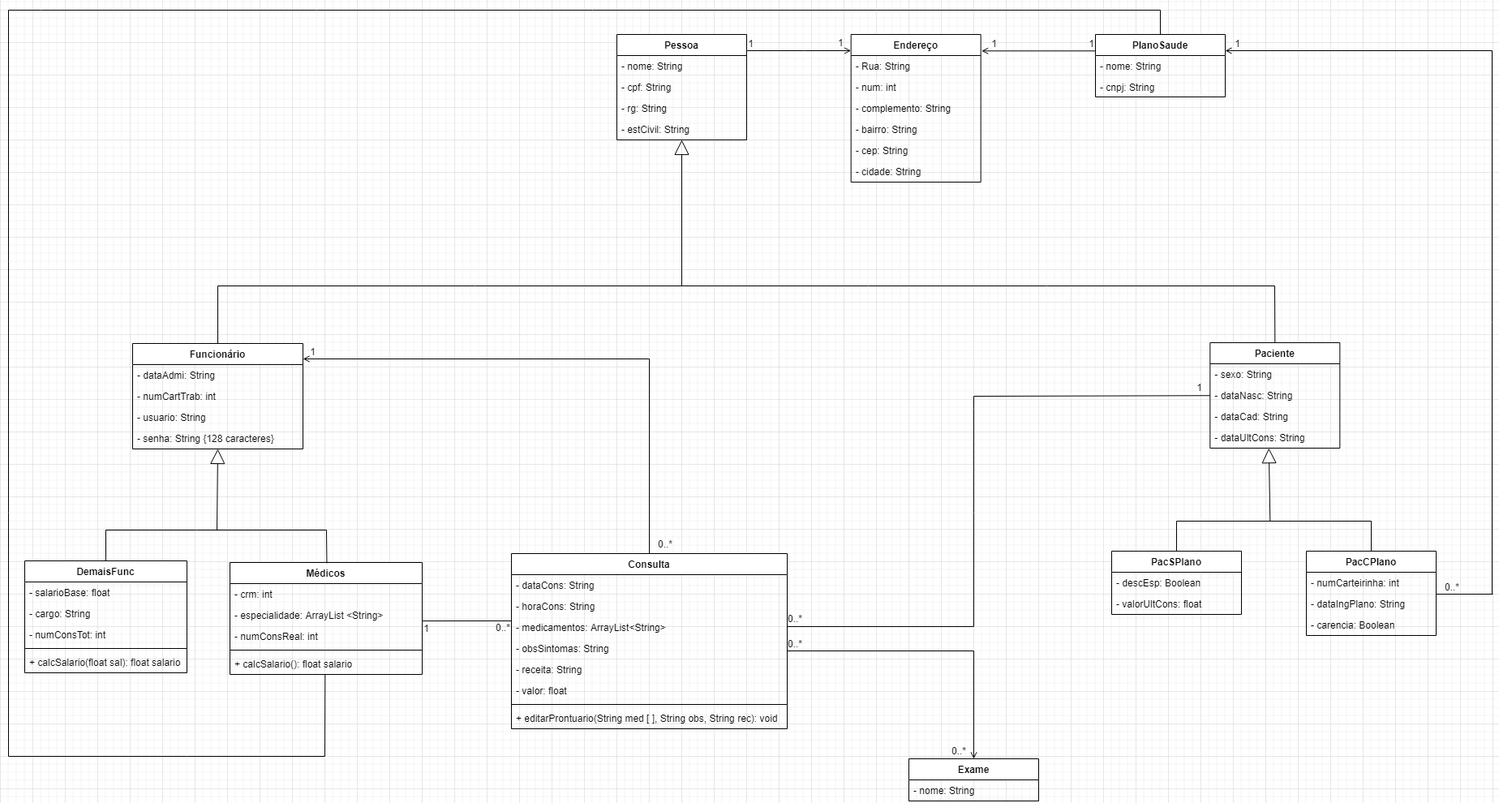
This is DiagramaClasse.png from VictorHugoMA/Trabalho_POO1, a draw.io export, as it was before one commit. Source tidied: cells renumbered, new cells last; positions are measured from the earlier drawing's top-left corner, leaving out a move shared by most shapes.
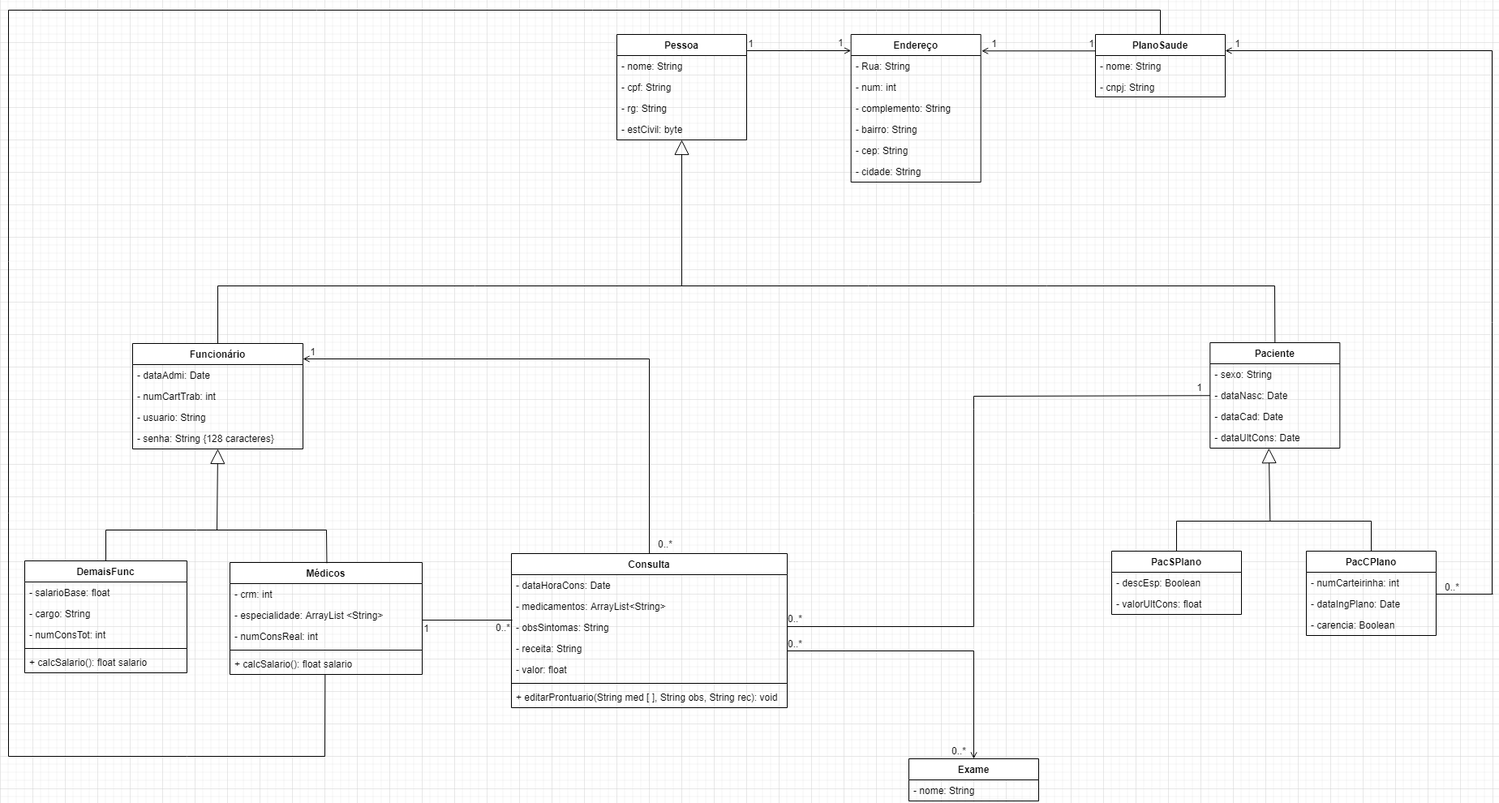
After the commit.

Commit message:
att diagrama de classes

Diff of the diagram source:
```diff
@@ -30,7 +30,7 @@
     <mxCell id="7" value="- rg: String" style="text;strokeColor=none;fillColor=none;align=left;verticalAlign=top;spacingLeft=4;spacingRight=4;overflow=hidden;" parent="4" vertex="1">
       <mxGeometry y="78" width="160" height="26" as="geometry" />
     </mxCell>
-    <mxCell id="8" value="- estCivil: String" style="text;strokeColor=none;fillColor=none;align=left;verticalAlign=top;spacingLeft=4;spacingRight=4;overflow=hidden;" parent="4" vertex="1">
+    <mxCell id="8" value="- estCivil: byte" style="text;strokeColor=none;fillColor=none;align=left;verticalAlign=top;spacingLeft=4;spacingRight=4;overflow=hidden;" parent="4" vertex="1">
       <mxGeometry y="104" width="160" height="26" as="geometry" />
     </mxCell>
     <mxCell id="9" value="PacCPlano" style="swimlane;fontStyle=1;align=center;verticalAlign=top;horizontal=1;startSize=26;" parent="1" vertex="1">
@@ -39,7 +39,7 @@
     <mxCell id="10" value="- numCarteirinha: int" style="text;strokeColor=none;fillColor=none;align=left;verticalAlign=top;spacingLeft=4;spacingRight=4;overflow=hidden;" parent="9" vertex="1">
       <mxGeometry y="26" width="160" height="26" as="geometry" />
     </mxCell>
-    <mxCell id="11" value="- dataIngPlano: String" style="text;strokeColor=none;fillColor=none;align=left;verticalAlign=top;spacingLeft=4;spacingRight=4;overflow=hidden;" parent="9" vertex="1">
+    <mxCell id="11" value="- dataIngPlano: Date" style="text;strokeColor=none;fillColor=none;align=left;verticalAlign=top;spacingLeft=4;spacingRight=4;overflow=hidden;" parent="9" vertex="1">
       <mxGeometry y="52" width="160" height="26" as="geometry" />
     </mxCell>
     <mxCell id="12" value="- carencia: Boolean" style="text;strokeColor=none;fillColor=none;align=left;verticalAlign=top;spacingLeft=4;spacingRight=4;overflow=hidden;" parent="9" vertex="1">
@@ -81,13 +81,13 @@
     <mxCell id="24" value="- sexo: String" style="text;strokeColor=none;fillColor=none;align=left;verticalAlign=top;spacingLeft=4;spacingRight=4;overflow=hidden;" parent="23" vertex="1">
       <mxGeometry y="26" width="160" height="26" as="geometry" />
     </mxCell>
-    <mxCell id="25" value="- dataNasc: String" style="text;strokeColor=none;fillColor=none;align=left;verticalAlign=top;spacingLeft=4;spacingRight=4;overflow=hidden;" parent="23" vertex="1">
+    <mxCell id="25" value="- dataNasc: Date" style="text;strokeColor=none;fillColor=none;align=left;verticalAlign=top;spacingLeft=4;spacingRight=4;overflow=hidden;" parent="23" vertex="1">
       <mxGeometry y="52" width="160" height="26" as="geometry" />
     </mxCell>
-    <mxCell id="26" value="- dataCad: String" style="text;strokeColor=none;fillColor=none;align=left;verticalAlign=top;spacingLeft=4;spacingRight=4;overflow=hidden;" parent="23" vertex="1">
+    <mxCell id="26" value="- dataCad: Date" style="text;strokeColor=none;fillColor=none;align=left;verticalAlign=top;spacingLeft=4;spacingRight=4;overflow=hidden;" parent="23" vertex="1">
       <mxGeometry y="78" width="160" height="26" as="geometry" />
     </mxCell>
-    <mxCell id="27" value="- dataUltCons: String" style="text;strokeColor=none;fillColor=none;align=left;verticalAlign=top;spacingLeft=4;spacingRight=4;overflow=hidden;points=[[0,0.5],[1,0.5]];portConstraint=eastwest;" parent="23" vertex="1">
+    <mxCell id="27" value="- dataUltCons: Date" style="text;strokeColor=none;fillColor=none;align=left;verticalAlign=top;spacingLeft=4;spacingRight=4;overflow=hidden;points=[[0,0.5],[1,0.5]];portConstraint=eastwest;" parent="23" vertex="1">
       <mxGeometry y="104" width="160" height="26" as="geometry" />
     </mxCell>
     <mxCell id="28" style="endArrow=block;endSize=16;endFill=0;html=1;entryX=0.453;entryY=1.006;entryDx=0;entryDy=0;entryPerimeter=0;rounded=0;exitX=0.5;exitY=0;exitDx=0;exitDy=0;" parent="1" edge="1" source="9" target="27">
@@ -139,7 +139,7 @@
     <mxCell id="37" value="Funcionário" style="swimlane;fontStyle=1;align=center;verticalAlign=top;horizontal=1;startSize=26;" parent="1" vertex="1">
       <mxGeometry x="163" y="421" width="210" height="130" as="geometry" />
     </mxCell>
-    <mxCell id="38" value="- dataAdmi: String" style="text;strokeColor=none;fillColor=none;align=left;verticalAlign=top;spacingLeft=4;spacingRight=4;overflow=hidden;" parent="37" vertex="1">
+    <mxCell id="38" value="- dataAdmi: Date" style="text;strokeColor=none;fillColor=none;align=left;verticalAlign=top;spacingLeft=4;spacingRight=4;overflow=hidden;" parent="37" vertex="1">
       <mxGeometry y="26" width="210" height="26" as="geometry" />
     </mxCell>
     <mxCell id="39" value="- numCartTrab: int" style="text;strokeColor=none;fillColor=none;align=left;verticalAlign=top;spacingLeft=4;spacingRight=4;overflow=hidden;" parent="37" vertex="1">
@@ -166,7 +166,7 @@
     <mxCell id="46" style="line;strokeWidth=1;fillColor=none;align=left;verticalAlign=middle;spacingTop=-1;spacingLeft=3;spacingRight=3;labelPosition=right;" parent="42" vertex="1">
       <mxGeometry y="104" width="200" height="8" as="geometry" />
     </mxCell>
-    <mxCell id="47" value="+ calcSalario(float sal): float salario" style="text;strokeColor=none;fillColor=none;align=left;verticalAlign=top;spacingLeft=4;spacingRight=4;overflow=hidden;" parent="42" vertex="1">
+    <mxCell id="47" value="+ calcSalario(): float salario" style="text;strokeColor=none;fillColor=none;align=left;verticalAlign=top;spacingLeft=4;spacingRight=4;overflow=hidden;" parent="42" vertex="1">
       <mxGeometry y="112" width="200" height="26" as="geometry" />
     </mxCell>
     <mxCell id="48" style="endArrow=block;endSize=16;endFill=0;html=1;rounded=0;exitX=0.5;exitY=0;exitDx=0;exitDy=0;entryX=0.5;entryY=1;entryDx=0;entryDy=0;entryPerimeter=0;" parent="1" edge="1" source="42" target="41">
@@ -196,31 +196,28 @@
       </mxGeometry>
     </mxCell>
     <mxCell id="51" value="Consulta" style="swimlane;fontStyle=1;align=center;verticalAlign=top;horizontal=1;startSize=26;" parent="1" vertex="1">
-      <mxGeometry x="630" y="680" width="340" height="216" as="geometry" />
+      <mxGeometry x="630" y="680" width="340" height="190" as="geometry" />
     </mxCell>
-    <mxCell id="52" value="- dataCons: String" style="text;strokeColor=none;fillColor=none;align=left;verticalAlign=top;spacingLeft=4;spacingRight=4;overflow=hidden;" parent="51" vertex="1">
+    <mxCell id="52" value="- dataHoraCons: Date" style="text;strokeColor=none;fillColor=none;align=left;verticalAlign=top;spacingLeft=4;spacingRight=4;overflow=hidden;" parent="51" vertex="1">
       <mxGeometry y="26" width="340" height="26" as="geometry" />
     </mxCell>
-    <mxCell id="53" value="- horaCons: String" style="text;strokeColor=none;fillColor=none;align=left;verticalAlign=top;spacingLeft=4;spacingRight=4;overflow=hidden;" parent="51" vertex="1">
-      <mxGeometry y="52" width="340" height="26" as="geometry" />
-    </mxCell>
     <mxCell id="54" value="- medicamentos: ArrayList&lt;String&gt;" style="text;strokeColor=none;fillColor=none;align=left;verticalAlign=top;spacingLeft=4;spacingRight=4;overflow=hidden;points=[[0,0.5],[1,0.5]];portConstraint=eastwest;" parent="51" vertex="1">
-      <mxGeometry y="78" width="340" height="26" as="geometry" />
+      <mxGeometry y="52" width="340" height="26" as="geometry" />
     </mxCell>
     <mxCell id="55" value="- obsSintomas: String" style="text;strokeColor=none;fillColor=none;align=left;verticalAlign=top;spacingLeft=4;spacingRight=4;overflow=hidden;" parent="51" vertex="1">
-      <mxGeometry y="104" width="340" height="26" as="geometry" />
+      <mxGeometry y="78" width="340" height="26" as="geometry" />
     </mxCell>
     <mxCell id="56" value="- receita: String" style="text;strokeColor=none;fillColor=none;align=left;verticalAlign=top;spacingLeft=4;spacingRight=4;overflow=hidden;" parent="51" vertex="1">
-      <mxGeometry y="130" width="340" height="26" as="geometry" />
+      <mxGeometry y="104" width="340" height="26" as="geometry" />
     </mxCell>
     <mxCell id="57" value="- valor: float" style="text;strokeColor=none;fillColor=none;align=left;verticalAlign=top;spacingLeft=4;spacingRight=4;overflow=hidden;" parent="51" vertex="1">
-      <mxGeometry y="156" width="340" height="26" as="geometry" />
+      <mxGeometry y="130" width="340" height="26" as="geometry" />
     </mxCell>
     <mxCell id="58" style="line;strokeWidth=1;fillColor=none;align=left;verticalAlign=middle;spacingTop=-1;spacingLeft=3;spacingRight=3;labelPosition=right;" parent="51" vertex="1">
-      <mxGeometry y="182" width="340" height="8" as="geometry" />
+      <mxGeometry y="156" width="340" height="8" as="geometry" />
     </mxCell>
     <mxCell id="59" value="+ editarProntuario(String med [ ], String obs, String rec): void" style="text;strokeColor=none;fillColor=none;align=left;verticalAlign=top;spacingLeft=4;spacingRight=4;overflow=hidden;" parent="51" vertex="1">
-      <mxGeometry y="190" width="340" height="26" as="geometry" />
+      <mxGeometry y="164" width="340" height="26" as="geometry" />
     </mxCell>
     <mxCell id="60" value="PlanoSaude" style="swimlane;fontStyle=1;align=center;verticalAlign=top;horizontal=1;startSize=26;" parent="1" vertex="1">
       <mxGeometry x="1350" y="40" width="160" height="77" as="geometry" />
@@ -358,8 +355,10 @@
         </Array>
       </mxGeometry>
     </mxCell>
-    <mxCell id="83" style="endArrow=none;html=1;entryX=0;entryY=0.192;entryDx=0;entryDy=0;entryPerimeter=0;exitX=0.998;exitY=0.772;exitDx=0;exitDy=0;exitPerimeter=0;" parent="1" edge="1" source="33" target="54">
-      <mxGeometry relative="1" as="geometry" />
+    <mxCell id="83" style="endArrow=none;html=1;entryX=0.003;entryY=1.154;entryDx=0;entryDy=0;entryPerimeter=0;" parent="1" edge="1" target="54">
+      <mxGeometry relative="1" as="geometry">
+        <mxPoint x="520" y="762" as="sourcePoint" />
+      </mxGeometry>
     </mxCell>
     <mxCell id="84" value="1" style="align=right;verticalAlign=bottom;labelBackgroundColor=none;fontSize=12;" parent="1" vertex="1">
       <mxGeometry x="530" y="781" as="geometry" />
```
